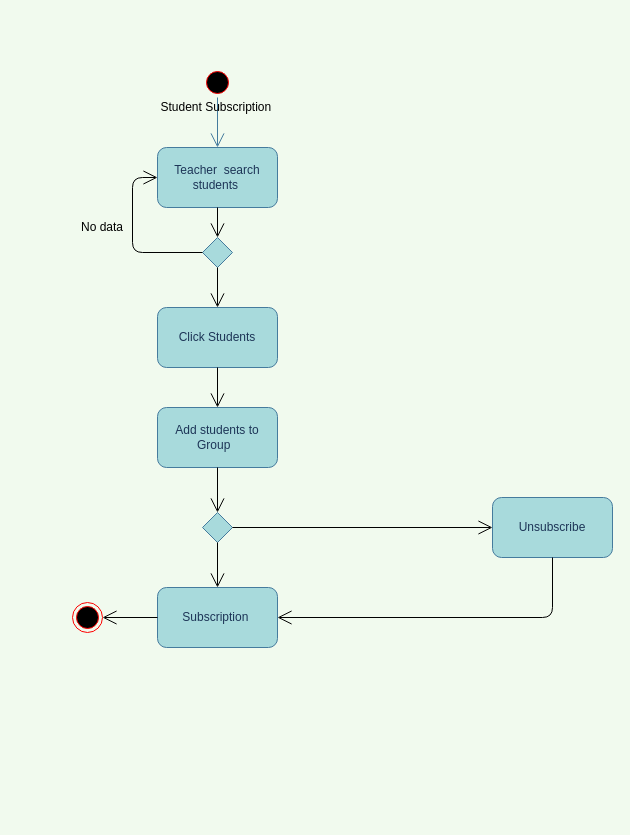
Before: page "Page-2" (2 of 2) of ATM Diagram.drawio in Phearun2020/Appsimple, a draw.io diagram. Source tidied: cells renumbered, new cells numbered last; positions are measured from the earlier drawing's top-left corner, leaving out a move shared by most shapes. Both pictures are drawn from the tidied source at 100%, with x=0, y=0 at pixel (47, 67).
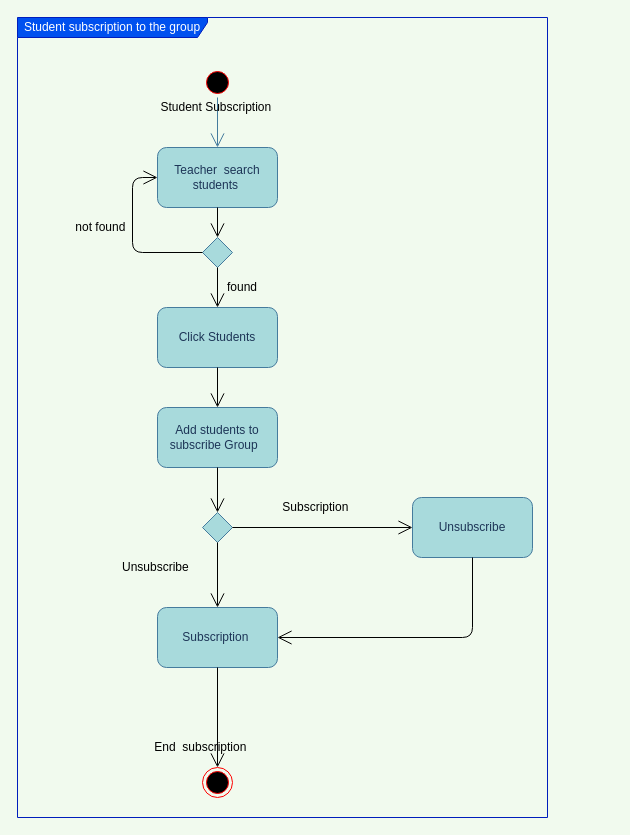
The same diagram, later.

Change to the diagram source:
```diff
@@
-    <mxCell id="3" value="Add students to Group&amp;nbsp;&amp;nbsp;" style="rounded=1;whiteSpace=wrap;html=1;fillColor=#A8DADC;strokeColor=#457B9D;fontColor=#1D3557;" parent="1" vertex="1">
+    <mxCell id="3" value="Add students to subscribe&amp;nbsp;Group&amp;nbsp;&amp;nbsp;" style="rounded=1;whiteSpace=wrap;html=1;fillColor=#A8DADC;strokeColor=#457B9D;fontColor=#1D3557;" parent="1" vertex="1">
       <mxGeometry x="110" y="340" width="120" height="60" as="geometry" />
     </mxCell>
@@
     <mxCell id="7" value="Unsubscribe" style="rounded=1;whiteSpace=wrap;html=1;fillColor=#A8DADC;strokeColor=#457B9D;fontColor=#1D3557;" parent="1" vertex="1">
-      <mxGeometry x="445" y="430" width="120" height="60" as="geometry" />
+      <mxGeometry x="365" y="430" width="120" height="60" as="geometry" />
     </mxCell>
@@
     <mxCell id="13" value="Subscription&amp;nbsp;" style="rounded=1;whiteSpace=wrap;html=1;fillColor=#A8DADC;strokeColor=#457B9D;fontColor=#1D3557;" parent="1" vertex="1">
-      <mxGeometry x="110" y="520" width="120" height="60" as="geometry" />
+      <mxGeometry x="110" y="540" width="120" height="60" as="geometry" />
     </mxCell>
@@
     <mxCell id="19" style="endArrow=open;endFill=1;endSize=12;html=1;entryX=1;entryY=0.5;entryDx=0;entryDy=0;exitX=0.5;exitY=1;exitDx=0;exitDy=0;" parent="1" edge="1" source="7" target="13">
       <mxGeometry relative="1" as="geometry">
         <Array as="points">
-          <mxPoint x="505" y="550" />
+          <mxPoint x="425" y="570" />
         </Array>
       </mxGeometry>
     </mxCell>
-    <mxCell id="20" style="endArrow=open;endFill=1;endSize=12;html=1;exitX=0;exitY=0.5;exitDx=0;exitDy=0;entryX=1;entryY=0.5;entryDx=0;entryDy=0;" parent="1" edge="1" source="13" target="22">
+    <mxCell id="20" style="endArrow=open;endFill=1;endSize=12;html=1;exitX=0.5;exitY=1;exitDx=0;exitDy=0;entryX=0.5;entryY=0;entryDx=0;entryDy=0;" parent="1" edge="1" source="13" target="22">
       <mxGeometry relative="1" as="geometry" />
     </mxCell>
-    <mxCell id="21" value="No data" style="text;html=1;strokeColor=none;fillColor=none;align=center;verticalAlign=middle;whiteSpace=wrap;rounded=0;" parent="1" vertex="1">
+    <mxCell id="21" value="not found&amp;nbsp;" style="text;html=1;strokeColor=none;fillColor=none;align=center;verticalAlign=middle;whiteSpace=wrap;rounded=0;" parent="1" vertex="1">
       <mxGeometry y="150" width="110" height="20" as="geometry" />
     </mxCell>
     <mxCell id="22" style="ellipse;html=1;shape=endState;fillColor=#000000;strokeColor=#ff0000;" parent="1" vertex="1">
-      <mxGeometry x="25" y="535" width="30" height="30" as="geometry" />
+      <mxGeometry x="155" y="700" width="30" height="30" as="geometry" />
     </mxCell>
+    <mxCell id="23" value="End &amp;nbsp;subscription&amp;nbsp;" style="text;html=1;strokeColor=none;fillColor=none;align=center;verticalAlign=middle;whiteSpace=wrap;rounded=0;" parent="1" vertex="1">
+      <mxGeometry x="100" y="670" width="110" height="20" as="geometry" />
+    </mxCell>
+    <mxCell id="24" value="found" style="text;html=1;strokeColor=none;fillColor=none;align=center;verticalAlign=middle;whiteSpace=wrap;rounded=0;" parent="1" vertex="1">
+      <mxGeometry x="175" y="210" width="40" height="20" as="geometry" />
+    </mxCell>
+    <mxCell id="25" value="Subscription&amp;nbsp;" style="text;html=1;strokeColor=none;fillColor=none;align=center;verticalAlign=middle;whiteSpace=wrap;rounded=0;" parent="1" vertex="1">
+      <mxGeometry x="215" y="430" width="110" height="20" as="geometry" />
+    </mxCell>
+    <mxCell id="26" value="Unsubscribe&amp;nbsp;" style="text;html=1;strokeColor=none;fillColor=none;align=center;verticalAlign=middle;whiteSpace=wrap;rounded=0;" parent="1" vertex="1">
+      <mxGeometry x="55" y="490" width="110" height="20" as="geometry" />
+    </mxCell>
+    <mxCell id="27" value="Student subscription to the group" style="shape=umlFrame;whiteSpace=wrap;html=1;width=190;height=20;fillColor=#0050ef;strokeColor=#001DBC;fontColor=#ffffff;" parent="1" vertex="1">
+      <mxGeometry x="-30" y="-50" width="530" height="800" as="geometry" />
+    </mxCell>
```
